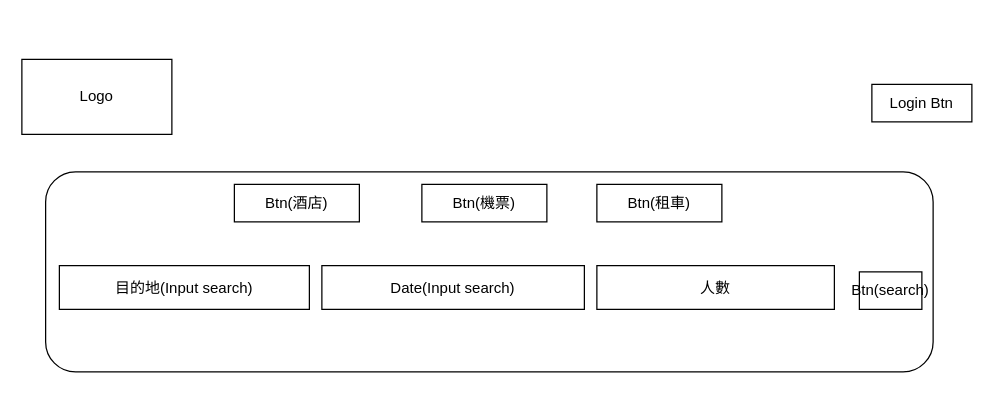
Earlier version of the draw.io diagram page "Cover" (1 of 3) of hk-sma-m4-project-23-04.drawio (Spike-forward/hk-sma-m4-project-23-04). Source tidied: cells renumbered, new cells numbered last; positions are measured from the earlier drawing's top-left corner, leaving out a move shared by most shapes. Both pictures are drawn from the tidied source at 125%, with x=0, y=0 at pixel (21, 59).
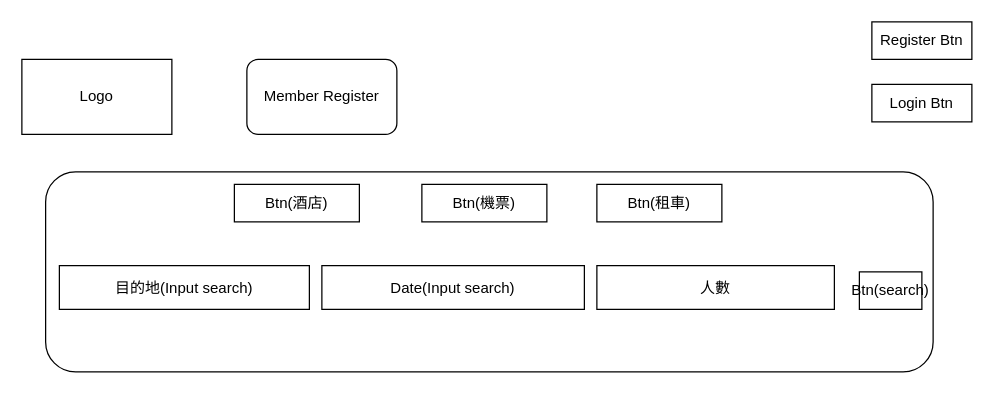
After the change.

The edit, as a diff of the source:
```diff
@@
 <mxGraphModel>
   <root>
     <mxCell id="0" />
     <mxCell id="1" parent="0" />
     <mxCell id="2" value="Logo" style="rounded=0;whiteSpace=wrap;html=1;" parent="1" vertex="1">
       <mxGeometry width="120" height="60" as="geometry" />
     </mxCell>
     <mxCell id="3" value="Login Btn" style="rounded=0;whiteSpace=wrap;html=1;" parent="1" vertex="1">
       <mxGeometry x="680" y="20" width="80" height="30" as="geometry" />
     </mxCell>
     <mxCell id="4" style="rounded=1;whiteSpace=wrap;html=1;" parent="1" vertex="1">
       <mxGeometry x="19" y="90" width="710" height="160" as="geometry" />
     </mxCell>
     <mxCell id="5" value="Btn(酒店)" style="rounded=0;whiteSpace=wrap;html=1;" parent="1" vertex="1">
       <mxGeometry x="170" y="100" width="100" height="30" as="geometry" />
     </mxCell>
     <mxCell id="6" value="Btn(機票)" style="rounded=0;whiteSpace=wrap;html=1;" parent="1" vertex="1">
       <mxGeometry x="320" y="100" width="100" height="30" as="geometry" />
     </mxCell>
     <mxCell id="7" value="Btn(租車)" style="rounded=0;whiteSpace=wrap;html=1;" parent="1" vertex="1">
       <mxGeometry x="460" y="100" width="100" height="30" as="geometry" />
     </mxCell>
     <mxCell id="8" value="目的地(Input search)" style="rounded=0;whiteSpace=wrap;html=1;" parent="1" vertex="1">
       <mxGeometry x="30" y="165" width="200" height="35" as="geometry" />
     </mxCell>
     <mxCell id="9" value="Date(Input search)" style="rounded=0;whiteSpace=wrap;html=1;" parent="1" vertex="1">
       <mxGeometry x="240" y="165" width="210" height="35" as="geometry" />
     </mxCell>
     <mxCell id="10" value="人數" style="rounded=0;whiteSpace=wrap;html=1;" parent="1" vertex="1">
       <mxGeometry x="460" y="165" width="190" height="35" as="geometry" />
     </mxCell>
     <mxCell id="11" value="Btn(search)" style="rounded=0;whiteSpace=wrap;html=1;" parent="1" vertex="1">
       <mxGeometry x="670" y="170" width="50" height="30" as="geometry" />
     </mxCell>
     <mxCell id="12" style="edgeStyle=orthogonalEdgeStyle;rounded=0;orthogonalLoop=1;jettySize=auto;html=1;exitX=0.5;exitY=1;exitDx=0;exitDy=0;" parent="1" edge="1" source="4" target="4">
       <mxGeometry relative="1" as="geometry" />
     </mxCell>
+    <mxCell id="13" value="Member Register" style="rounded=1;whiteSpace=wrap;html=1;" parent="1" vertex="1">
+      <mxGeometry x="180" width="120" height="60" as="geometry" />
+    </mxCell>
+    <mxCell id="14" value="Register Btn" style="rounded=0;whiteSpace=wrap;html=1;" parent="1" vertex="1">
+      <mxGeometry x="680" y="-30" width="80" height="30" as="geometry" />
+    </mxCell>
   </root>
 </mxGraphModel>
```
